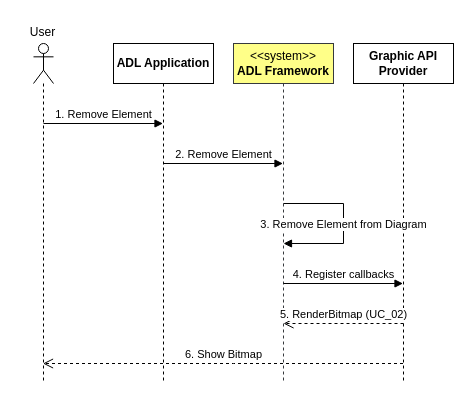
phunm211/SW-Associate-Architecture keeps this draw.io diagram as drawio/SaveDiagramAsADL.drawio. Above is the earlier version. Source tidied: cells renumbered, new cells numbered last; positions are measured from the earlier drawing's top-left corner, leaving out a move shared by most shapes. Both pictures are drawn from the tidied source at 100%, with x=0, y=0 at pixel (17, 17).
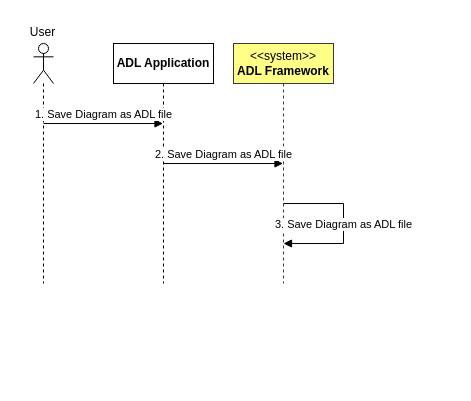
The same page after the edit.

What changed in the source:
```diff
@@
 <mxGraphModel>
   <root>
     <mxCell id="0" />
     <mxCell id="1" parent="0" />
     <mxCell id="2" style="shape=umlLifeline;perimeter=lifelinePerimeter;whiteSpace=wrap;html=1;outlineConnect=0;portConstraint=eastwest;newEdgeStyle={&quot;curved&quot;:0,&quot;rounded&quot;:0};participant=umlActor;" parent="1" vertex="1">
-      <mxGeometry x="16" y="26" width="20" height="340" as="geometry" />
+      <mxGeometry x="16" y="26" width="20" height="240" as="geometry" />
     </mxCell>
     <mxCell id="3" value="ADL Application" style="shape=umlLifeline;perimeter=lifelinePerimeter;whiteSpace=wrap;html=1;outlineConnect=0;portConstraint=eastwest;newEdgeStyle={&quot;curved&quot;:0,&quot;rounded&quot;:0};fontStyle=1;" parent="1" vertex="1">
-      <mxGeometry x="96" y="26" width="100" height="340" as="geometry" />
+      <mxGeometry x="96" y="26" width="100" height="240" as="geometry" />
     </mxCell>
     <mxCell id="4" value="&amp;lt;&amp;lt;system&amp;gt;&amp;gt;&lt;br&gt;&lt;b&gt;ADL Framework&lt;/b&gt;" style="shape=umlLifeline;perimeter=lifelinePerimeter;whiteSpace=wrap;html=1;outlineConnect=0;portConstraint=eastwest;newEdgeStyle={&quot;curved&quot;:0,&quot;rounded&quot;:0};fillColor=#ffff88;strokeColor=#36393d;" parent="1" vertex="1">
-      <mxGeometry x="216" y="26" width="100" height="340" as="geometry" />
+      <mxGeometry x="216" y="26" width="100" height="240" as="geometry" />
     </mxCell>
-    <mxCell id="5" value="&lt;b&gt;Graphic API Provider&lt;/b&gt;" style="shape=umlLifeline;perimeter=lifelinePerimeter;whiteSpace=wrap;html=1;outlineConnect=0;portConstraint=eastwest;newEdgeStyle={&quot;curved&quot;:0,&quot;rounded&quot;:0};" parent="1" vertex="1">
-      <mxGeometry x="336" y="26" width="100" height="340" as="geometry" />
-    </mxCell>
     <mxCell id="6" value="User" style="text;html=1;align=center;verticalAlign=middle;strokeColor=none;fillColor=none;" parent="1" vertex="1">
       <mxGeometry width="50" height="30" as="geometry" />
     </mxCell>
-    <mxCell id="7" value="1. Remove Element" style="html=1;verticalAlign=bottom;endArrow=block;curved=0;rounded=0;" parent="1" edge="1" target="3">
+    <mxCell id="7" value="1. Save Diagram as ADL file" style="html=1;verticalAlign=bottom;endArrow=block;curved=0;rounded=0;" parent="1" edge="1" target="3">
       <mxGeometry relative="1" as="geometry">
         <mxPoint x="26" y="106" as="sourcePoint" />
       </mxGeometry>
     </mxCell>
-    <mxCell id="8" value="2. Remove Element" style="html=1;verticalAlign=bottom;endArrow=block;curved=0;rounded=0;" parent="1" edge="1" target="4">
+    <mxCell id="8" value="2. Save Diagram as ADL file" style="html=1;verticalAlign=bottom;endArrow=block;curved=0;rounded=0;" parent="1" edge="1" target="4">
       <mxGeometry relative="1" as="geometry">
         <mxPoint x="146" y="146" as="sourcePoint" />
       </mxGeometry>
     </mxCell>
-    <mxCell id="9" value="3. Remove Element from Diagram" style="html=1;verticalAlign=bottom;endArrow=block;rounded=0;edgeStyle=elbowEdgeStyle;" parent="1" edge="1">
+    <mxCell id="9" value="3. Save Diagram as ADL file" style="html=1;verticalAlign=bottom;endArrow=block;rounded=0;edgeStyle=elbowEdgeStyle;" parent="1" edge="1">
       <mxGeometry x="0.12" relative="1" as="geometry">
         <mxPoint x="266" y="186" as="sourcePoint" />
         <mxPoint x="266" y="226" as="targetPoint" />
         <Array as="points">
           <mxPoint x="326" y="206" />
         </Array>
       </mxGeometry>
     </mxCell>
-    <mxCell id="10" value="4. Register callbacks" style="html=1;verticalAlign=bottom;endArrow=block;curved=0;rounded=0;" parent="1" edge="1" target="5">
-      <mxGeometry relative="1" as="geometry">
-        <mxPoint x="266" y="266" as="sourcePoint" />
-      </mxGeometry>
-    </mxCell>
-    <mxCell id="11" value="5. RenderBitmap (UC_02)" style="html=1;verticalAlign=bottom;endArrow=open;dashed=1;endSize=8;curved=0;rounded=0;" parent="1" edge="1">
-      <mxGeometry relative="1" as="geometry">
-        <mxPoint x="386" y="306" as="sourcePoint" />
-        <mxPoint x="266" y="306" as="targetPoint" />
-      </mxGeometry>
-    </mxCell>
-    <mxCell id="12" value="6. Show Bitmap" style="html=1;verticalAlign=bottom;endArrow=open;dashed=1;endSize=8;curved=0;rounded=0;" parent="1" edge="1" source="5" target="2">
-      <mxGeometry relative="1" as="geometry">
-        <Array as="points">
-          <mxPoint x="216" y="346" />
-        </Array>
-      </mxGeometry>
-    </mxCell>
   </root>
 </mxGraphModel>
```
